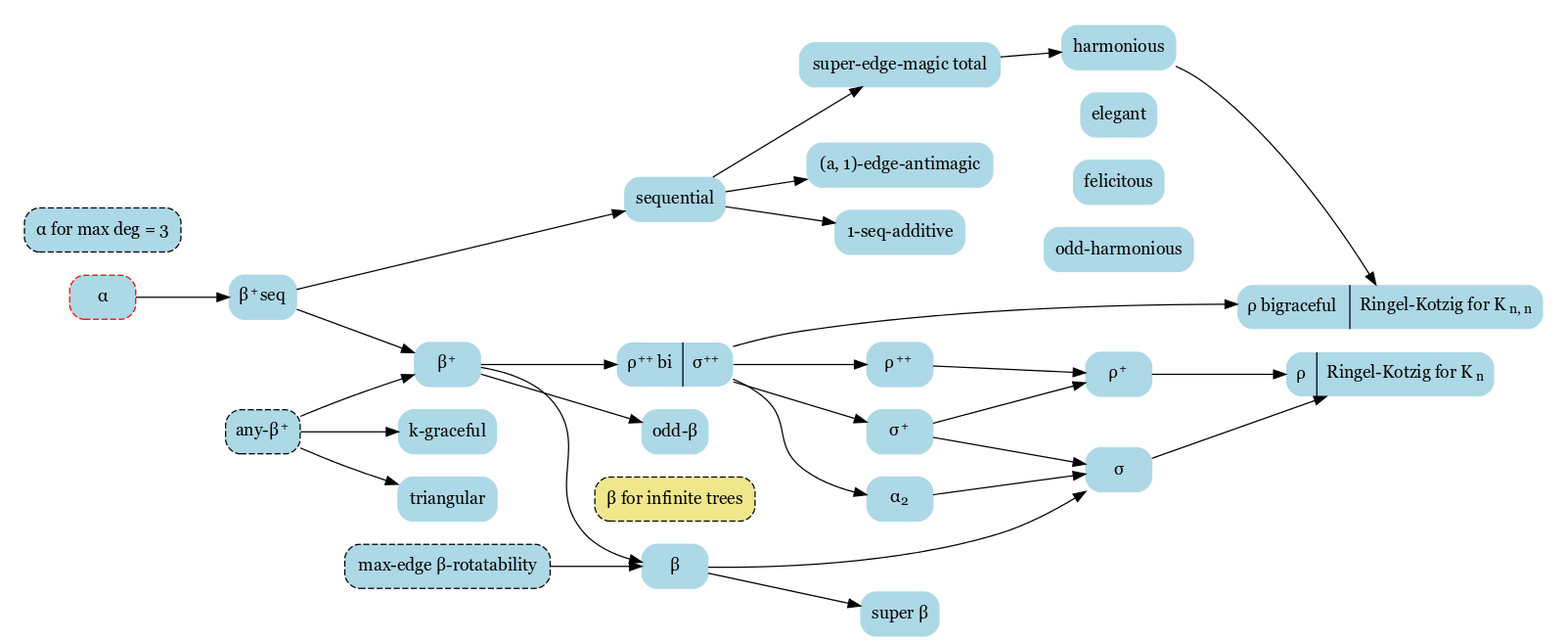
Earlier version of the Graphviz export diagram/tree_labelings.png (gexahedron/graceful-labeling). Its source is kept beside it as diagram/tree_labelings.dot.
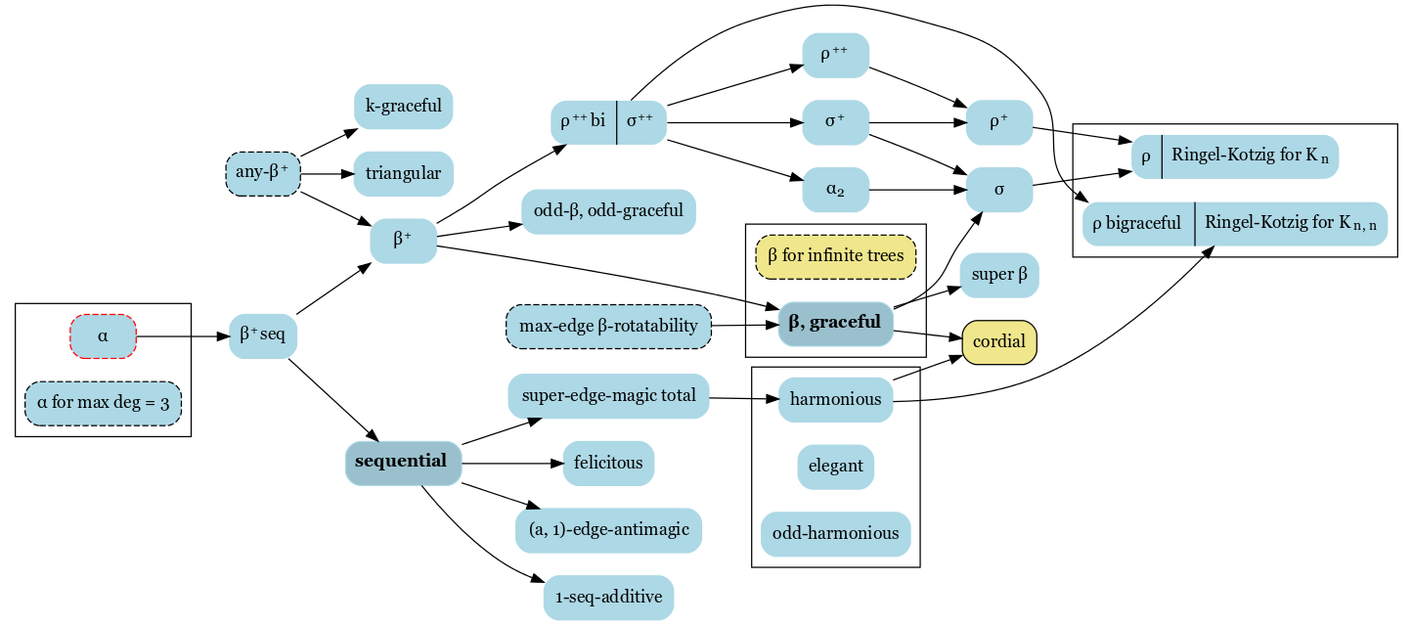
After the commit.

Change to the diagram source:
```diff
@@ -1,42 +1,51 @@
 digraph labelings {
-    style=invis;
     rankdir="LR";
     graph [fontname = "georgia"];
     node [fontname = "georgia"];
     edge [fontname = "georgia"];
     node [color=lightblue, style=filled, shape=Mrecord];
 
+    subgraph thms {
+        node [style="filled", color="black", fillcolor="khaki"];
+        cordial
+        node [style="dashed,filled", color="black", fillcolor="khaki"];
+        inf_beta [label="β for infinite trees"];
+    }
+
+    subgraph important_conjectures {
+        node [fillcolor="lightblue3"]
+        beta [label=<<B>β, graceful</B>>]
+        seq [label=<<B>sequential</B>>]
+    }
+
     subgraph cluster_alpha {
+        {
+            node [style="dashed,filled", color="red", fillcolor="lightblue"];
+            alpha [label="α"];
+        }
         {
             node [style="dashed,filled", color="black", fillcolor="lightblue"];
             alpha_deg3 [label="α for max deg = 3"];
         }
-        {
-            node [style="dashed,filled", color="red", fillcolor="lightblue"];
-            alpha [label="α"];
-        }
     }
+
     beta_plus_seq [label=<β<SUP>+</SUP>seq>];
     alpha -> beta_plus_seq;
     beta_plus_seq -> seq;
     beta_plus [label=<β<SUP>+</SUP>>];
     beta_plus_seq -> beta_plus;
-    seq [label="sequential"]
     semt [label="super-edge-magic total"]
     harm [label="harmonious"]
     seq -> semt;
     semt -> harm;
-    subgraph cluster_lr {
+    {
         node [style="filled,rounded", color="black", fillcolor="lightblue", shape=record];
         rho_sigma [label=<{ρ<SUP>++</SUP>bi | σ<SUP>++</SUP>}>];
     }
     beta_plus -> rho_sigma;
     subgraph cluster_beta {
-        {
-            node [style="dashed,filled", color="black", fillcolor="khaki"];
-            inf_beta [label="β for infinite trees"];
-        }
-        beta [label="β"];
+        inf_beta
+        beta
     }
     beta_plus -> beta;
     {
@@ -44,6 +53,8 @@
         beta_rot [label="max-edge β-rotatability"]
     }
     beta_rot -> beta
+    beta -> cordial
+    harm -> cordial
     subgraph cluster_rho {
         node [fillcolor="lightblue", color="black", style="filled,rounded", shape=record];
         rho [label=<{ρ | Ringel-Kotzig for K<SUB>n</SUB>}>];
@@ -69,16 +80,16 @@
     }
     k_beta_p -> beta_plus;
 
-    odd_beta [label="odd-β"]
+    odd_beta [label="odd-β, odd-graceful"]
     beta_plus -> odd_beta
     super_beta [label="super β"]
     beta -> super_beta
     subgraph cluster_harmonious {
         elegant
-        felicitous
         odd_harm [label="odd-harmonious"]
         harm
     }
+    seq -> felicitous
     k_graceful [label="k-graceful"]
     k_beta_p -> k_graceful
     k_beta_p -> triangular
```
